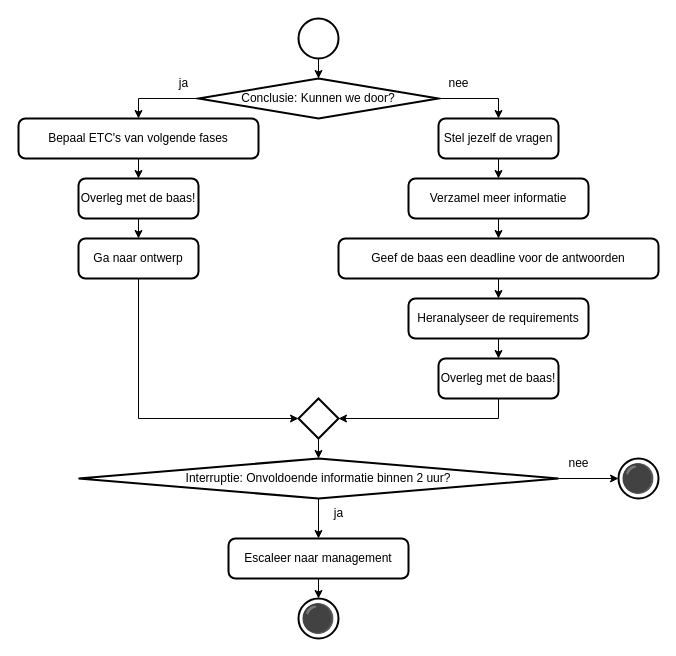
This is 2 Issue Tracker analyse.drawio from Zaibatsu89/IssueTracker, a draw.io file, before an edit. Source tidied: cells renumbered, new cells numbered last; positions are measured from the earlier drawing's top-left corner, leaving out a move shared by most shapes. Both pictures are drawn from the tidied source at 100%, with x=0, y=0 at pixel (18, 18).
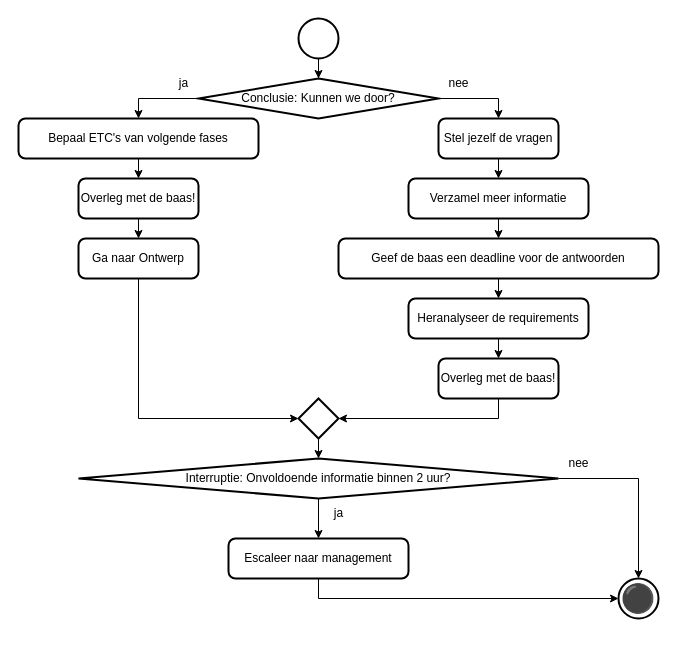
The same diagram, later.

The change refers to these unchanged cells:
```xml
<mxCell id="24" value="Interruptie: Onvoldoende informatie binnen 2 uur?" style="strokeWidth=2;html=1;shape=mxgraph.flowchart.decision;whiteSpace=wrap;" parent="1" vertex="1">
  <mxGeometry x="60" y="440" width="480" height="40" as="geometry" />
</mxCell>
<mxCell id="28" value="Escaleer naar management" style="rounded=1;whiteSpace=wrap;html=1;absoluteArcSize=1;arcSize=14;strokeWidth=2;" parent="1" vertex="1">
  <mxGeometry x="210" y="520" width="180" height="40" as="geometry" />
</mxCell>
```

What changed in the source:
```diff
@@
-    <mxCell id="7" value="Ga naar ontwerp" style="rounded=1;whiteSpace=wrap;html=1;absoluteArcSize=1;arcSize=14;strokeWidth=2;" parent="1" vertex="1">
+    <mxCell id="7" value="Ga naar Ontwerp" style="rounded=1;whiteSpace=wrap;html=1;absoluteArcSize=1;arcSize=14;strokeWidth=2;" parent="1" vertex="1">
       <mxGeometry x="60" y="220" width="120" height="40" as="geometry" />
     </mxCell>
@@
-    <mxCell id="22" style="edgeStyle=orthogonalEdgeStyle;rounded=0;jettySize=auto;html=1;" parent="1" edge="1" source="24" target="26">
-      <mxGeometry relative="1" as="geometry" />
-    </mxCell>
@@
-    <mxCell id="26" value="⚫" style="strokeWidth=2;html=1;shape=mxgraph.flowchart.start_2;whiteSpace=wrap;fillColor=none;fontSize=28;" parent="1" vertex="1">
-      <mxGeometry x="600" y="440" width="40" height="40" as="geometry" />
-    </mxCell>
@@
     <mxCell id="30" value="⚫" style="strokeWidth=2;html=1;shape=mxgraph.flowchart.start_2;whiteSpace=wrap;fillColor=none;fontSize=28;" parent="1" vertex="1">
-      <mxGeometry x="280" y="580" width="40" height="40" as="geometry" />
+      <mxGeometry x="600" y="560" width="40" height="40" as="geometry" />
     </mxCell>
-    <mxCell id="31" style="edgeStyle=orthogonalEdgeStyle;rounded=0;jettySize=auto;html=1;exitX=0.5;exitY=1;exitDx=0;exitDy=0;entryX=0.5;entryY=0;entryDx=0;entryDy=0;entryPerimeter=0;" parent="1" edge="1" source="28" target="30">
-      <mxGeometry relative="1" as="geometry" />
-    </mxCell>
@@
+    <mxCell id="31" style="edgeStyle=orthogonalEdgeStyle;rounded=0;jettySize=auto;html=1;exitX=0.5;exitY=1;exitDx=0;exitDy=0;entryX=0;entryY=0.5;entryDx=0;entryDy=0;entryPerimeter=0;" parent="1" edge="1" source="28" target="30">
+      <mxGeometry relative="1" as="geometry" />
+    </mxCell>
+    <mxCell id="36" style="edgeStyle=orthogonalEdgeStyle;rounded=0;jettySize=auto;html=1;exitX=1;exitY=0.5;exitDx=0;exitDy=0;exitPerimeter=0;entryX=0.5;entryY=0;entryDx=0;entryDy=0;entryPerimeter=0;" parent="1" edge="1" source="24" target="30">
+      <mxGeometry relative="1" as="geometry" />
+    </mxCell>
```
